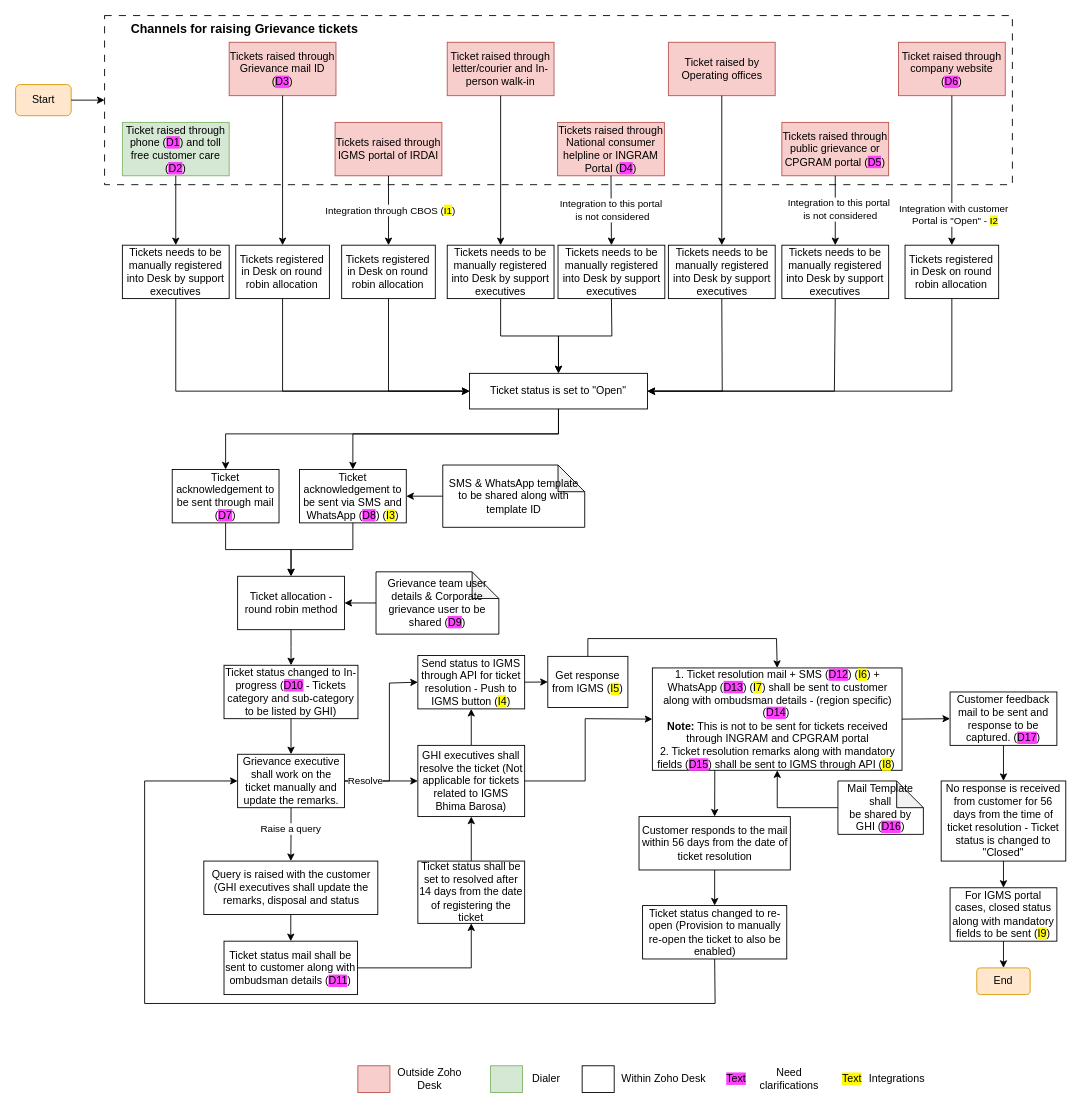
shaileshsreedar/Galaxy keeps this draw.io diagram as Grievance management.drawio. Above is the earlier version. Source tidied: cells renumbered, new cells numbered last; positions are measured from the earlier drawing's top-left corner, leaving out a move shared by most shapes. Both pictures are drawn from the tidied source at 89%, with x=0, y=0 at pixel (15, 15).
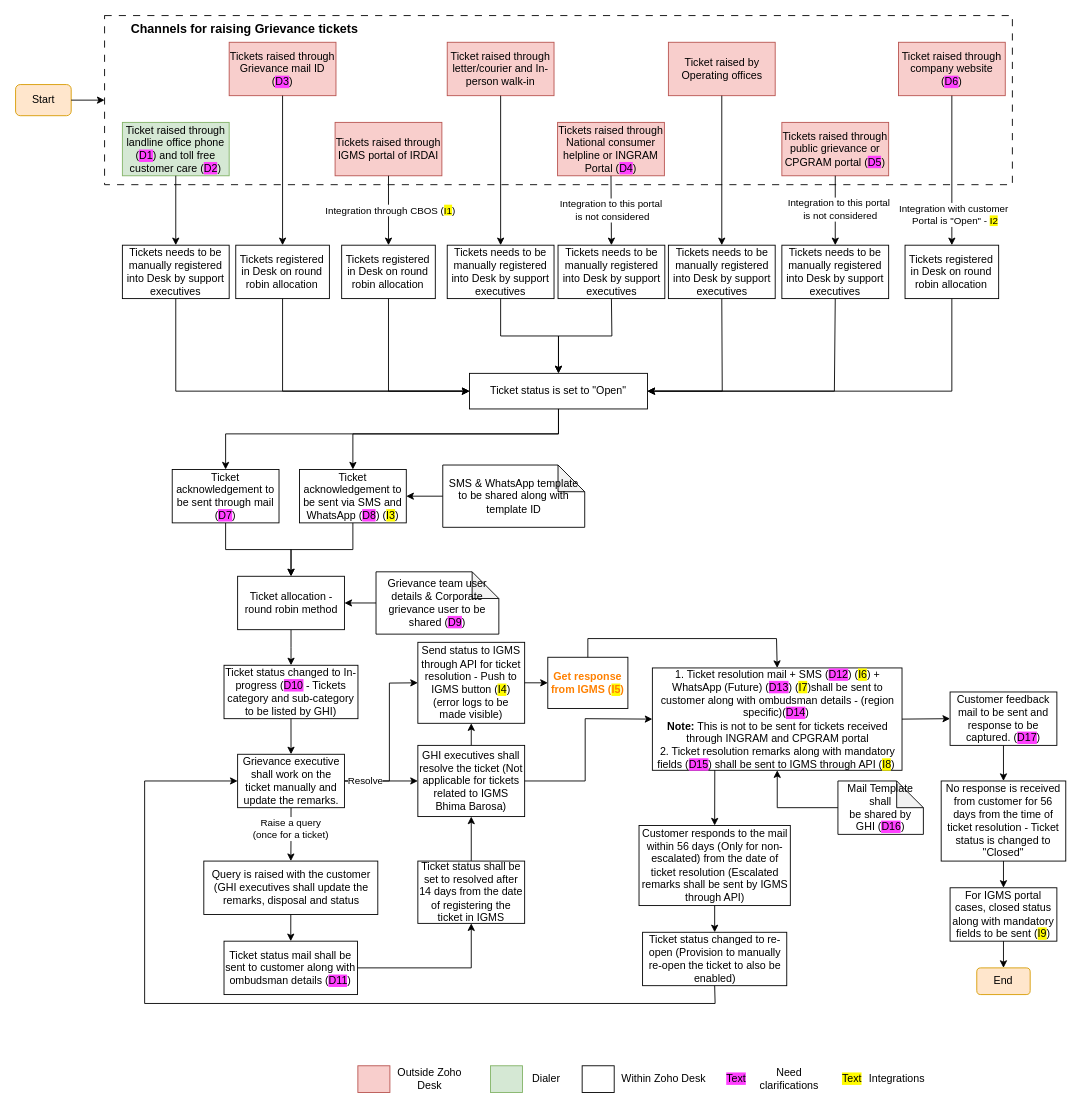
After the change.

Unchanged cells that the change refers to:
```xml
<mxCell id="62" style="edgeStyle=orthogonalEdgeStyle;rounded=0;jettySize=auto;html=1;exitX=0.5;exitY=1;exitDx=0;exitDy=0;" parent="1" edge="1" source="64" target="70">
  <mxGeometry relative="1" as="geometry" />
</mxCell>
```

Diff of the diagram source:
```diff
@@
-    <mxCell id="3" value="Ticket raised through phone (&lt;span style=&quot;background-color: rgb(255, 64, 255);&quot;&gt;D1&lt;/span&gt;) and toll free customer care (&lt;span style=&quot;background-color: rgb(255, 64, 255);&quot;&gt;D2&lt;/span&gt;)" style="rounded=0;whiteSpace=wrap;html=1;fillColor=#d5e8d4;strokeColor=#82b366;" parent="1" vertex="1">
+    <mxCell id="3" value="Ticket raised through landline office phone (&lt;span style=&quot;background-color: rgb(255, 64, 255);&quot;&gt;D1&lt;/span&gt;) and toll free customer care (&lt;span style=&quot;background-color: rgb(255, 64, 255);&quot;&gt;D2&lt;/span&gt;)" style="rounded=0;whiteSpace=wrap;html=1;fillColor=#d5e8d4;strokeColor=#82b366;" parent="1" vertex="1">
       <mxGeometry x="120" y="120" width="120" height="60" as="geometry" />
     </mxCell>
@@
-    <mxCell id="63" value="Raise a query" style="edgeLabel;html=1;align=center;verticalAlign=middle;" parent="62" vertex="1">
+    <mxCell id="63" value="Raise a query&lt;div&gt;(once for a ticket)&lt;/div&gt;" style="edgeLabel;html=1;align=center;verticalAlign=middle;" parent="62" vertex="1">
       <mxGeometry x="-0.25" y="-1" relative="1" as="geometry" />
     </mxCell>
@@
-    <mxCell id="67" value="1. Ticket resolution mail + SMS (&lt;span style=&quot;background-color: rgb(255, 64, 255);&quot;&gt;D12&lt;/span&gt;) (&lt;span style=&quot;background-color: rgb(255, 251, 0);&quot;&gt;I6&lt;/span&gt;) + WhatsApp (&lt;span style=&quot;background-color: rgb(255, 64, 255);&quot;&gt;D13&lt;/span&gt;) (&lt;span style=&quot;background-color: rgb(255, 251, 0);&quot;&gt;I7&lt;/span&gt;) shall be sent to customer along with ombudsman details - (region specific)(&lt;span style=&quot;background-color: rgb(255, 64, 255);&quot;&gt;D14&lt;/span&gt;)&amp;nbsp;&lt;div&gt;&lt;b&gt;Note:&lt;/b&gt; This is not to be sent for tickets received through INGRAM and CPGRAM portal&lt;br&gt;&lt;div&gt;2. Ticket resolution remarks along with mandatory fields (&lt;span style=&quot;background-color: rgb(255, 64, 255);&quot;&gt;D15&lt;/span&gt;) shall be sent to IGMS through API (&lt;span style=&quot;background-color: rgb(255, 251, 0);&quot;&gt;I8&lt;/span&gt;)&amp;nbsp;&lt;br&gt;&lt;/div&gt;&lt;/div&gt;" style="rounded=0;whiteSpace=wrap;html=1;" parent="1" vertex="1">
+    <mxCell id="67" value="1. Ticket resolution mail + SMS (&lt;span style=&quot;background-color: rgb(255, 64, 255);&quot;&gt;D12&lt;/span&gt;) (&lt;span style=&quot;background-color: rgb(255, 251, 0);&quot;&gt;I6&lt;/span&gt;) + WhatsApp (Future) (&lt;span style=&quot;background-color: rgb(255, 64, 255);&quot;&gt;D13&lt;/span&gt;) (&lt;span style=&quot;background-color: rgb(255, 251, 0);&quot;&gt;I7&lt;/span&gt;)shall be sent to customer along with ombudsman details - (region specific)(&lt;span style=&quot;background-color: rgb(255, 64, 255);&quot;&gt;D14&lt;/span&gt;)&amp;nbsp;&lt;div&gt;&lt;b&gt;Note:&lt;/b&gt; This is not to be sent for tickets received through INGRAM and CPGRAM portal&lt;br&gt;&lt;div&gt;2. Ticket resolution remarks along with mandatory fields (&lt;span style=&quot;background-color: rgb(255, 64, 255);&quot;&gt;D15&lt;/span&gt;) shall be sent to IGMS through API (&lt;span style=&quot;background-color: rgb(255, 251, 0);&quot;&gt;I8&lt;/span&gt;)&amp;nbsp;&lt;br&gt;&lt;/div&gt;&lt;/div&gt;" style="rounded=0;whiteSpace=wrap;html=1;" parent="1" vertex="1">
       <mxGeometry x="715.5" y="733" width="280.5" height="115" as="geometry" />
     </mxCell>
@@
-    <mxCell id="73" value="Ticket status shall be set to resolved after 14 days from the date of registering the ticket" style="rounded=0;whiteSpace=wrap;html=1;" parent="1" vertex="1">
+    <mxCell id="73" value="Ticket status shall be set to resolved after 14 days from the date of registering the ticket in IGMS" style="rounded=0;whiteSpace=wrap;html=1;" parent="1" vertex="1">
       <mxGeometry x="452" y="950" width="120" height="70" as="geometry" />
     </mxCell>
@@
-    <mxCell id="79" value="Customer responds to the mail within 56 days from the date of ticket resolution" style="rounded=0;whiteSpace=wrap;html=1;" parent="1" vertex="1">
-      <mxGeometry x="700.5" y="900" width="170" height="60" as="geometry" />
+    <mxCell id="79" value="Customer responds to the mail within 56 days (Only for non-escalated) from the date of ticket resolution (Escalated remarks shall be sent by IGMS through API)" style="rounded=0;whiteSpace=wrap;html=1;" parent="1" vertex="1">
+      <mxGeometry x="700.5" y="910" width="170" height="90" as="geometry" />
     </mxCell>
@@
     <mxCell id="81" value="Ticket status changed to re-open (Provision to manually re-open the ticket to also be enabled)" style="rounded=0;whiteSpace=wrap;html=1;" parent="1" vertex="1">
-      <mxGeometry x="704.5" y="1000" width="162" height="60" as="geometry" />
+      <mxGeometry x="704.5" y="1030" width="162" height="60" as="geometry" />
     </mxCell>
@@
-    <mxCell id="84" value="Send status to IGMS through API for ticket resolution - Push to IGMS button (&lt;span style=&quot;background-color: rgb(255, 251, 0);&quot;&gt;I4&lt;/span&gt;)" style="rounded=0;whiteSpace=wrap;html=1;" parent="1" vertex="1">
-      <mxGeometry x="452" y="719" width="120" height="60" as="geometry" />
+    <mxCell id="84" value="Send status to IGMS through API for ticket resolution - Push to IGMS button (&lt;span style=&quot;background-color: rgb(255, 251, 0);&quot;&gt;I4&lt;/span&gt;)&lt;div&gt;(error logs to be made visible)&lt;/div&gt;" style="rounded=0;whiteSpace=wrap;html=1;" parent="1" vertex="1">
+      <mxGeometry x="452" y="704.2" width="120" height="91" as="geometry" />
     </mxCell>
-    <mxCell id="85" value="Get response from IGMS (&lt;span style=&quot;background-color: rgb(255, 251, 0);&quot;&gt;I5&lt;/span&gt;)" style="rounded=0;whiteSpace=wrap;html=1;" parent="1" vertex="1">
-      <mxGeometry x="598" y="720" width="90" height="57.5" as="geometry" />
+    <mxCell id="85" value="&lt;b&gt;&lt;font style=&quot;color: rgb(255, 128, 0);&quot;&gt;Get response from IGMS (&lt;span style=&quot;background-color: rgb(255, 251, 0);&quot;&gt;I5&lt;/span&gt;)&lt;/font&gt;&lt;/b&gt;" style="rounded=0;whiteSpace=wrap;html=1;" parent="1" vertex="1">
+      <mxGeometry x="598" y="721" width="90" height="57.5" as="geometry" />
     </mxCell>
```
